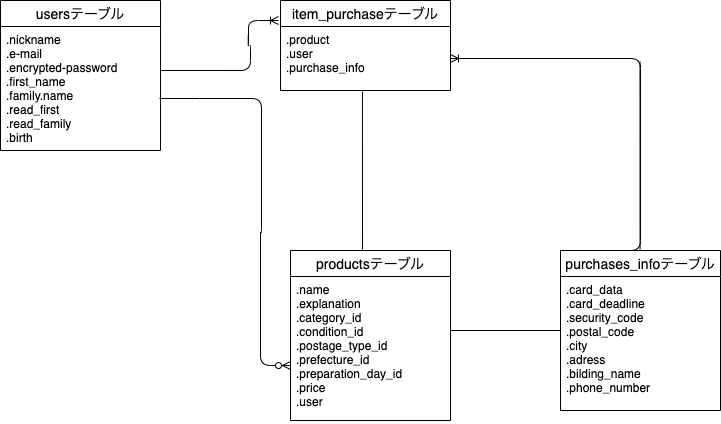
The draw.io diagram furima.png in happyshop6/furima-38846, before a commit. Source tidied: cells renumbered, new cells last; positions are measured from the earlier drawing's top-left corner, leaving out a move shared by most shapes.
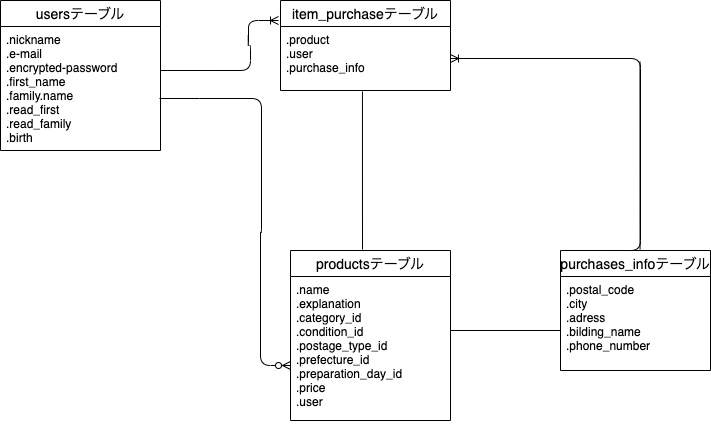
Above is the later version.

The edit, as a diff of the source:
```diff
@@ -21,10 +21,10 @@
       <mxGeometry y="26" width="160" height="144" as="geometry" />
     </mxCell>
     <mxCell id="8" value="purchases_infoテーブル" style="swimlane;fontStyle=0;horizontal=1;startSize=26;align=center;fontSize=14;" parent="1" vertex="1">
-      <mxGeometry x="560" y="250" width="160" height="160" as="geometry" />
+      <mxGeometry x="560" y="250" width="150" height="120" as="geometry" />
     </mxCell>
-    <mxCell id="9" value=".card_data&#10;.card_deadline&#10;.security_code&#10;.postal_code&#10;.city&#10;.adress&#10;.bilding_name&#10;.phone_number&#10;" style="text;strokeColor=none;fillColor=none;spacingLeft=4;spacingRight=4;overflow=hidden;fontSize=12;" parent="8" vertex="1">
-      <mxGeometry y="26" width="160" height="134" as="geometry" />
+    <mxCell id="9" value=".postal_code&#10;.city&#10;.adress&#10;.bilding_name&#10;.phone_number&#10;" style="text;strokeColor=none;fillColor=none;spacingLeft=4;spacingRight=4;overflow=hidden;fontSize=12;" parent="8" vertex="1">
+      <mxGeometry y="26" width="150" height="94" as="geometry" />
     </mxCell>
     <mxCell id="10" style="edgeStyle=entityRelationEdgeStyle;fontSize=12;html=1;endArrow=ERoneToMany;" parent="1" edge="1">
       <mxGeometry relative="1" as="geometry">
```
